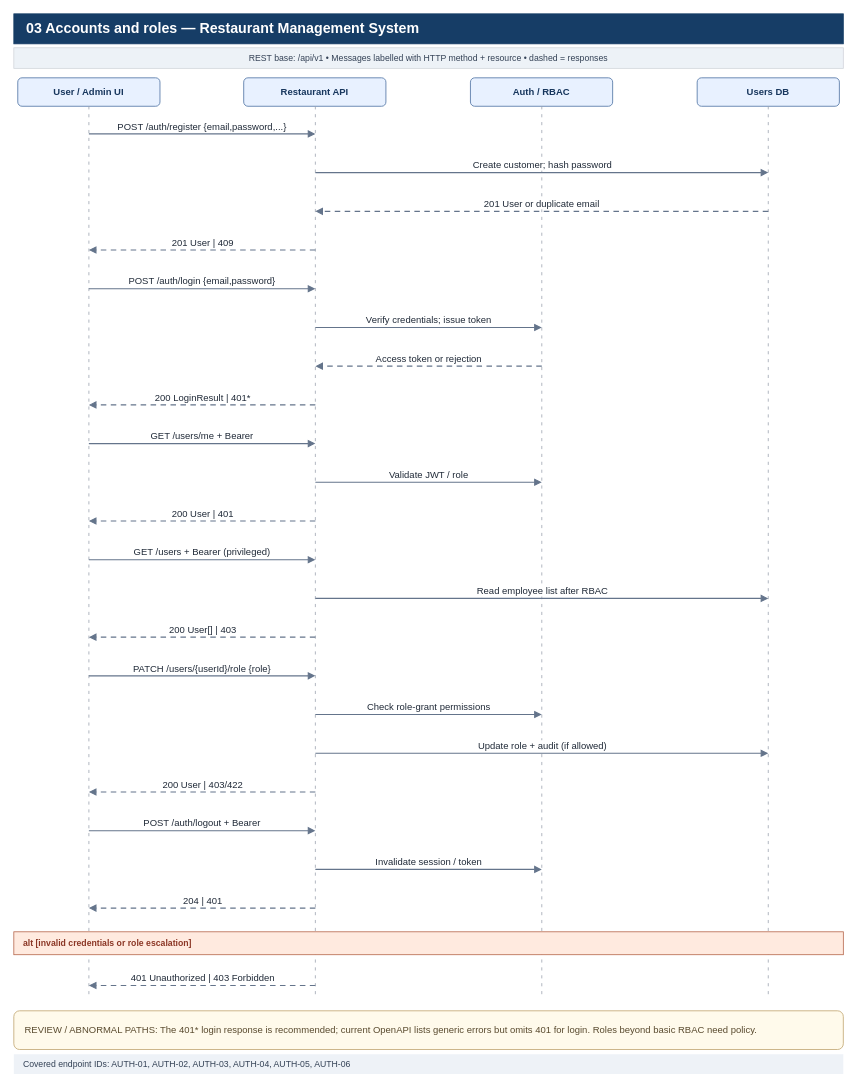
Earlier version of the draw.io diagram page "03 Accounts and roles" (3 of 10) of Sequence Diagrams/restaurant-sequences.drawio (Lukap42/SWE1_Project). Source tidied: cells renumbered, new cells numbered last; positions are measured from the earlier drawing's top-left corner, leaving out a move shared by most shapes. Both pictures are drawn from the tidied source at 79%, with x=0, y=0 at pixel (13, 13).
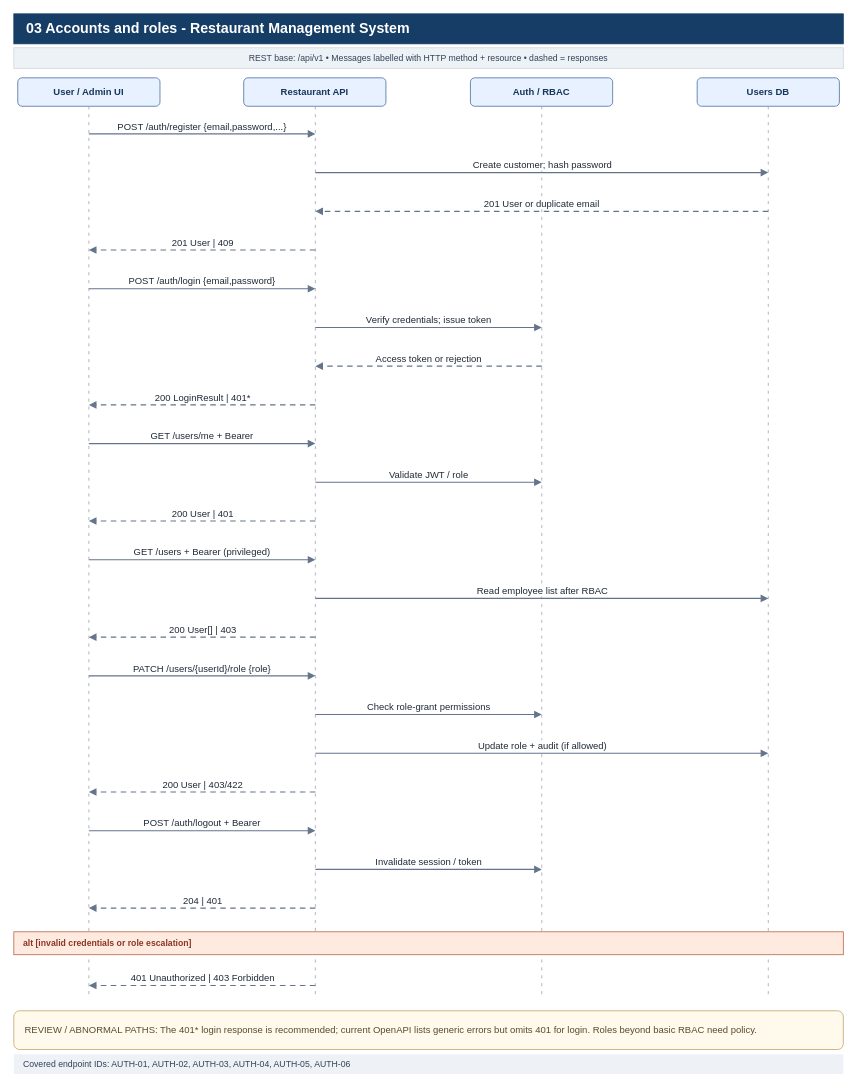
The same diagram, later.

The edit, as a diff of the source:
```diff
@@
-    <mxCell id="2" value="03 Accounts and roles — Restaurant Management System" style="rounded=0;whiteSpace=wrap;html=1;fillColor=#163d66;strokeColor=#163d66;fontColor=#ffffff;fontStyle=1;fontSize=18;align=left;spacingLeft=14;" parent="1" vertex="1">
+    <mxCell id="2" value="03 Accounts and roles - Restaurant Management System" style="rounded=0;whiteSpace=wrap;html=1;fillColor=#163d66;strokeColor=#163d66;fontColor=#ffffff;fontStyle=1;fontSize=18;align=left;spacingLeft=14;" parent="1" vertex="1">
       <mxGeometry width="1050" height="38" as="geometry" />
     </mxCell>
```
